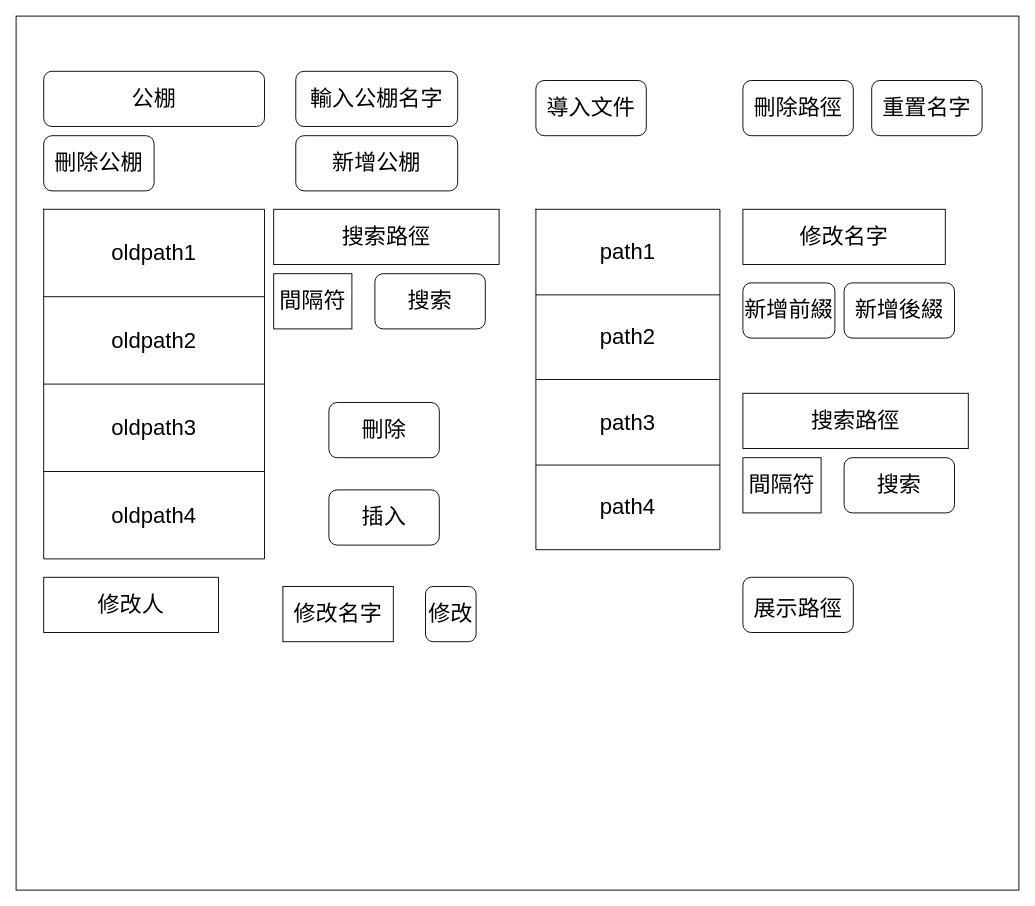
Above: page "page_dbmanage" (2 of 4) of nfz_web_ui_design.drawio in pengzhen80/PigeonRace (draw.io), before the change. Source tidied: cells renumbered, new cells numbered last; positions are measured from the earlier drawing's top-left corner, leaving out a move shared by most shapes. Both pictures are drawn from the tidied source at 92%, with x=0, y=0 at pixel (16, 16).
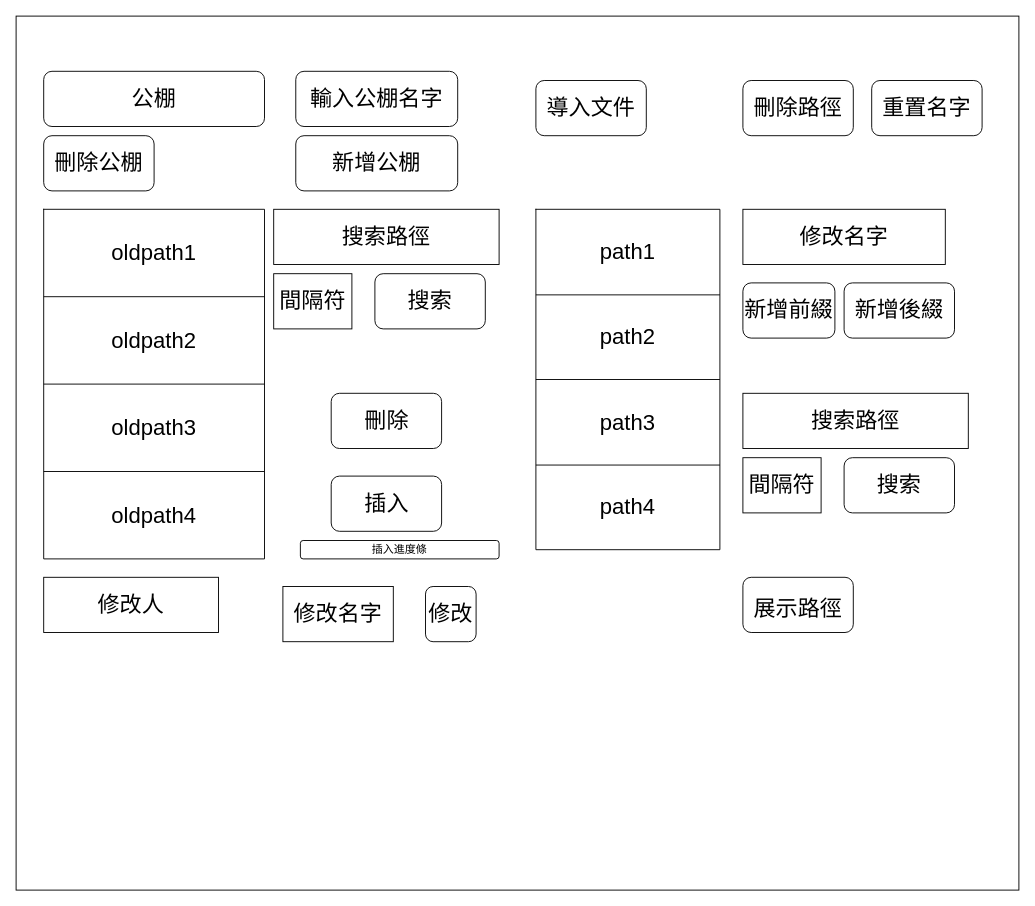
Above is the later version.

Change to the diagram source:
```diff
@@
     <mxCell id="23" value="插入" style="rounded=1;whiteSpace=wrap;html=1;fontSize=24;" parent="1" vertex="1">
-      <mxGeometry x="340" y="515" width="120" height="60" as="geometry" />
+      <mxGeometry x="342.5" y="500" width="120" height="60" as="geometry" />
     </mxCell>
     <mxCell id="24" value="刪除" style="rounded=1;whiteSpace=wrap;html=1;fontSize=24;" parent="1" vertex="1">
-      <mxGeometry x="340" y="420" width="120" height="60" as="geometry" />
+      <mxGeometry x="342.5" y="410" width="120" height="60" as="geometry" />
     </mxCell>
@@
+    <mxCell id="43" value="插入進度條" style="rounded=1;whiteSpace=wrap;html=1;" parent="1" vertex="1">
+      <mxGeometry x="309" y="570" width="216" height="20" as="geometry" />
+    </mxCell>
```
